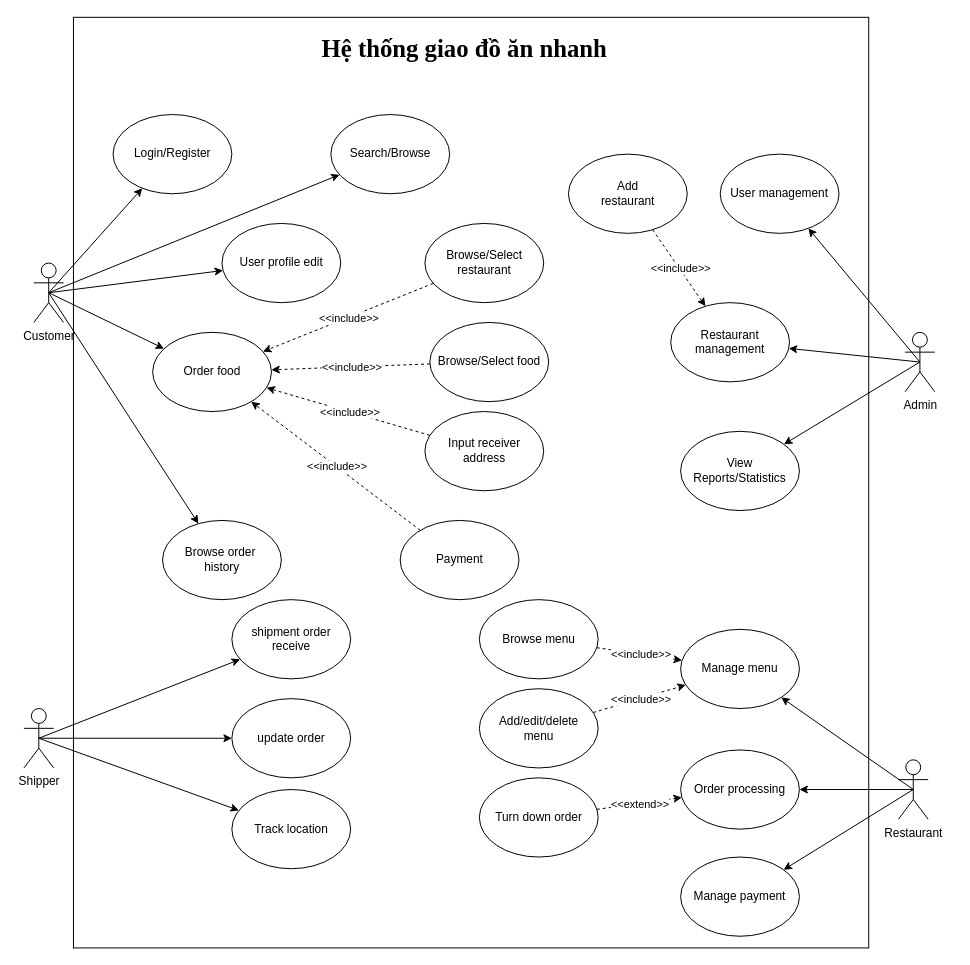
Before: Documents Software Analysis and Design/Design/UC.drawio in AlexCrisTin/Mini-food-delivery, a draw.io diagram. Source tidied: cells renumbered, new cells numbered last; positions are measured from the earlier drawing's top-left corner, leaving out a move shared by most shapes. Both pictures are drawn from the tidied source at 99%, with x=0, y=0 at pixel (24, 17).
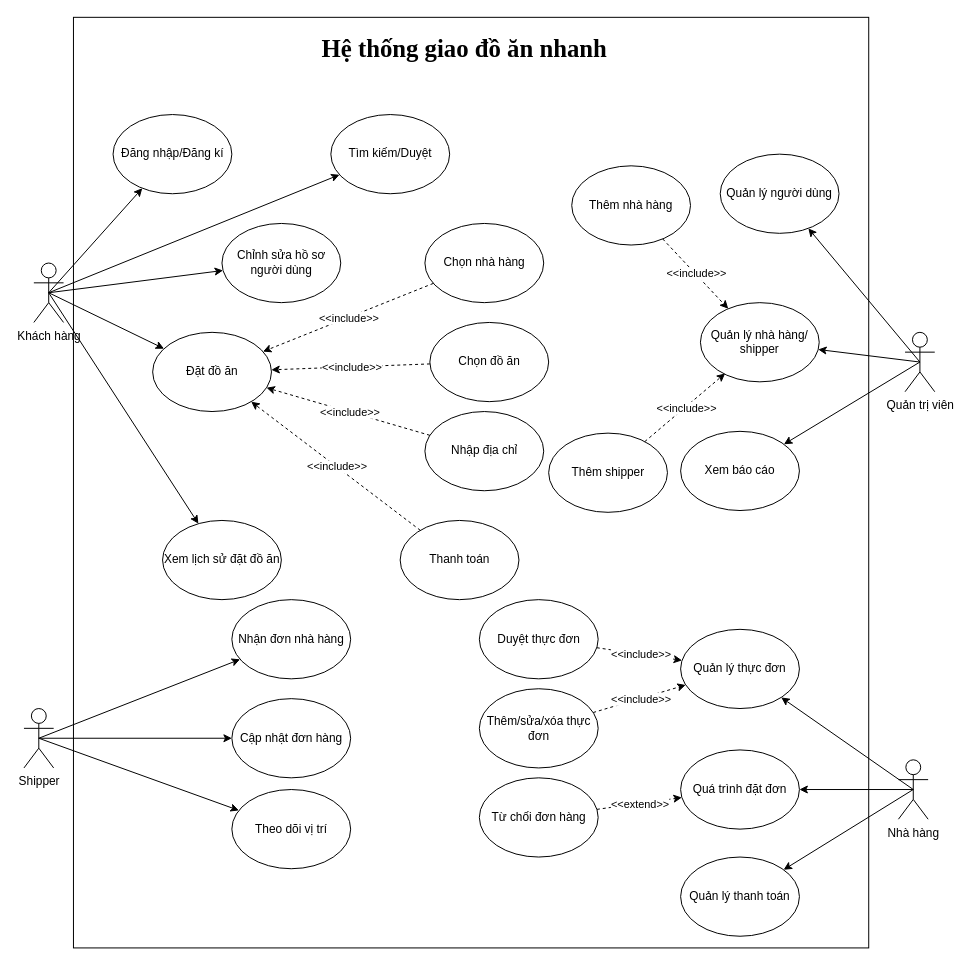
Above is the later version.

Diff of the diagram source:
```diff
@@
-    <mxCell id="3" value="Customer" style="shape=umlActor;verticalLabelPosition=bottom;verticalAlign=top;html=1;outlineConnect=0;" parent="1" vertex="1">
+    <mxCell id="3" value="Khách hàng" style="shape=umlActor;verticalLabelPosition=bottom;verticalAlign=top;html=1;outlineConnect=0;" parent="1" vertex="1">
       <mxGeometry x="9.7" y="248.2" width="30" height="60" as="geometry" />
     </mxCell>
-    <mxCell id="4" value="Admin" style="shape=umlActor;verticalLabelPosition=bottom;verticalAlign=top;html=1;outlineConnect=0;" parent="1" vertex="1">
+    <mxCell id="4" value="Quản trị viên" style="shape=umlActor;verticalLabelPosition=bottom;verticalAlign=top;html=1;outlineConnect=0;" parent="1" vertex="1">
       <mxGeometry x="889.7" y="318.2" width="30" height="60" as="geometry" />
     </mxCell>
@@
-    <mxCell id="6" value="Restaurant&lt;div&gt;&lt;br&gt;&lt;/div&gt;" style="shape=umlActor;verticalLabelPosition=bottom;verticalAlign=top;html=1;outlineConnect=0;" parent="1" vertex="1">
+    <mxCell id="6" value="&lt;div&gt;Nhà hàng&lt;/div&gt;" style="shape=umlActor;verticalLabelPosition=bottom;verticalAlign=top;html=1;outlineConnect=0;" parent="1" vertex="1">
       <mxGeometry x="883" y="750" width="30" height="60" as="geometry" />
     </mxCell>
-    <mxCell id="7" value="Manage menu" style="ellipse;whiteSpace=wrap;html=1;" parent="1" vertex="1">
+    <mxCell id="7" value="Quản lý thực đơn" style="ellipse;whiteSpace=wrap;html=1;" parent="1" vertex="1">
       <mxGeometry x="663" y="618.2" width="120" height="80" as="geometry" />
     </mxCell>
-    <mxCell id="8" value="Order food" style="ellipse;whiteSpace=wrap;html=1;" parent="1" vertex="1">
+    <mxCell id="8" value="Đặt đồ ăn" style="ellipse;whiteSpace=wrap;html=1;" parent="1" vertex="1">
       <mxGeometry x="129.7" y="318.2" width="120" height="80" as="geometry" />
     </mxCell>
-    <mxCell id="9" value="Login/Register" style="ellipse;whiteSpace=wrap;html=1;" parent="1" vertex="1">
+    <mxCell id="9" value="Đăng nhập/Đăng kí" style="ellipse;whiteSpace=wrap;html=1;" parent="1" vertex="1">
       <mxGeometry x="89.7" y="98.2" width="120" height="80" as="geometry" />
     </mxCell>
-    <mxCell id="10" value="shipment&amp;nbsp;&lt;span style=&quot;background-color: transparent; color: light-dark(rgb(0, 0, 0), rgb(255, 255, 255));&quot;&gt;order rece&lt;/span&gt;&lt;span style=&quot;background-color: transparent; color: light-dark(rgb(0, 0, 0), rgb(255, 255, 255));&quot;&gt;ive&lt;/span&gt;" style="ellipse;whiteSpace=wrap;html=1;" parent="1" vertex="1">
+    <mxCell id="10" value="Nhận đơn nhà hàng" style="ellipse;whiteSpace=wrap;html=1;" parent="1" vertex="1">
       <mxGeometry x="209.7" y="588.2" width="120" height="80" as="geometry" />
     </mxCell>
-    <mxCell id="11" value="User profile edit" style="ellipse;whiteSpace=wrap;html=1;" parent="1" vertex="1">
+    <mxCell id="11" value="Chỉnh sửa hồ sơ người dùng" style="ellipse;whiteSpace=wrap;html=1;" parent="1" vertex="1">
       <mxGeometry x="199.7" y="208.2" width="120" height="80" as="geometry" />
     </mxCell>
-    <mxCell id="12" value="Browse order&amp;nbsp;&lt;div&gt;history&lt;/div&gt;" style="ellipse;whiteSpace=wrap;html=1;" parent="1" vertex="1">
+    <mxCell id="12" value="Xem lịch sử đặt đồ ăn" style="ellipse;whiteSpace=wrap;html=1;" parent="1" vertex="1">
       <mxGeometry x="139.7" y="508.2" width="120" height="80" as="geometry" />
     </mxCell>
-    <mxCell id="13" value="Restaurant management" style="ellipse;whiteSpace=wrap;html=1;" parent="1" vertex="1">
-      <mxGeometry x="653" y="288.2" width="120" height="80" as="geometry" />
+    <mxCell id="13" value="Quản lý nhà hàng/ shipper" style="ellipse;whiteSpace=wrap;html=1;" parent="1" vertex="1">
+      <mxGeometry x="683" y="288.2" width="120" height="80" as="geometry" />
     </mxCell>
-    <mxCell id="14" value="View Reports/Statistics" style="ellipse;whiteSpace=wrap;html=1;" parent="1" vertex="1">
+    <mxCell id="14" value="Xem báo cáo" style="ellipse;whiteSpace=wrap;html=1;" parent="1" vertex="1">
       <mxGeometry x="663" y="418.2" width="120" height="80" as="geometry" />
     </mxCell>
-    <mxCell id="15" value="User management" style="ellipse;whiteSpace=wrap;html=1;" parent="1" vertex="1">
+    <mxCell id="15" value="Quản lý người dùng" style="ellipse;whiteSpace=wrap;html=1;" parent="1" vertex="1">
       <mxGeometry x="703" y="138.2" width="120" height="80" as="geometry" />
     </mxCell>
-    <mxCell id="16" value="update order" style="ellipse;whiteSpace=wrap;html=1;" parent="1" vertex="1">
+    <mxCell id="16" value="Cập nhật đơn hàng" style="ellipse;whiteSpace=wrap;html=1;" parent="1" vertex="1">
       <mxGeometry x="209.7" y="688.2" width="120" height="80" as="geometry" />
     </mxCell>
-    <mxCell id="17" value="Manage payment" style="ellipse;whiteSpace=wrap;html=1;" parent="1" vertex="1">
+    <mxCell id="17" value="Quản lý thanh toán" style="ellipse;whiteSpace=wrap;html=1;" parent="1" vertex="1">
       <mxGeometry x="663" y="848.2" width="120" height="80" as="geometry" />
     </mxCell>
-    <mxCell id="18" value="Order processing" style="ellipse;whiteSpace=wrap;html=1;" parent="1" vertex="1">
+    <mxCell id="18" value="Quá trình đặt đơn" style="ellipse;whiteSpace=wrap;html=1;" parent="1" vertex="1">
       <mxGeometry x="663" y="740" width="120" height="80" as="geometry" />
     </mxCell>
@@
-    <mxCell id="31" value="Track location" style="ellipse;whiteSpace=wrap;html=1;" parent="1" vertex="1">
+    <mxCell id="31" value="Theo dõi vị trí" style="ellipse;whiteSpace=wrap;html=1;" parent="1" vertex="1">
       <mxGeometry x="209.7" y="780" width="120" height="80" as="geometry" />
     </mxCell>
@@
-    <mxCell id="33" value="Payment" style="ellipse;whiteSpace=wrap;html=1;" parent="1" vertex="1">
+    <mxCell id="33" value="Thanh toán" style="ellipse;whiteSpace=wrap;html=1;" parent="1" vertex="1">
       <mxGeometry x="379.7" y="508.2" width="120" height="80" as="geometry" />
     </mxCell>
@@
-    <mxCell id="36" value="Search/Browse" style="ellipse;whiteSpace=wrap;html=1;" parent="1" vertex="1">
+    <mxCell id="36" value="Tìm kiếm/Duyệt" style="ellipse;whiteSpace=wrap;html=1;" parent="1" vertex="1">
       <mxGeometry x="309.7" y="98.2" width="120" height="80" as="geometry" />
     </mxCell>
@@
-    <mxCell id="38" value="Turn down order" style="ellipse;whiteSpace=wrap;html=1;" parent="1" vertex="1">
+    <mxCell id="38" value="Từ chối đơn hàng" style="ellipse;whiteSpace=wrap;html=1;" parent="1" vertex="1">
       <mxGeometry x="459.7" y="768.2" width="120" height="80" as="geometry" />
     </mxCell>
@@
-    <mxCell id="41" value="Browse menu" style="ellipse;whiteSpace=wrap;html=1;" parent="1" vertex="1">
+    <mxCell id="41" value="Duyệt thực đơn" style="ellipse;whiteSpace=wrap;html=1;" parent="1" vertex="1">
       <mxGeometry x="459.7" y="588.2" width="120" height="80" as="geometry" />
     </mxCell>
-    <mxCell id="42" value="Add/edit/delete&lt;div&gt;menu&lt;/div&gt;" style="ellipse;whiteSpace=wrap;html=1;" parent="1" vertex="1">
+    <mxCell id="42" value="Thêm/sửa/xóa thực đơn" style="ellipse;whiteSpace=wrap;html=1;" parent="1" vertex="1">
       <mxGeometry x="459.7" y="678.2" width="120" height="80" as="geometry" />
     </mxCell>
@@
-    <mxCell id="48" value="Browse/Select&lt;div&gt;restaurant&lt;/div&gt;" style="ellipse;whiteSpace=wrap;html=1;" parent="1" vertex="1">
+    <mxCell id="48" value="Chọn nhà hàng" style="ellipse;whiteSpace=wrap;html=1;" parent="1" vertex="1">
       <mxGeometry x="404.7" y="208.2" width="120" height="80" as="geometry" />
     </mxCell>
-    <mxCell id="49" value="Browse/Select food" style="ellipse;whiteSpace=wrap;html=1;" parent="1" vertex="1">
+    <mxCell id="49" value="Chọn đồ ăn" style="ellipse;whiteSpace=wrap;html=1;" parent="1" vertex="1">
       <mxGeometry x="409.7" y="308.2" width="120" height="80" as="geometry" />
     </mxCell>
-    <mxCell id="50" value="Input receiver&lt;div&gt;address&lt;/div&gt;" style="ellipse;whiteSpace=wrap;html=1;" parent="1" vertex="1">
+    <mxCell id="50" value="Nhập địa chỉ" style="ellipse;whiteSpace=wrap;html=1;" parent="1" vertex="1">
       <mxGeometry x="404.7" y="398.2" width="120" height="80" as="geometry" />
     </mxCell>
@@
-    <mxCell id="57" value="Add&lt;div&gt;restaurant&lt;/div&gt;" style="ellipse;whiteSpace=wrap;html=1;" parent="1" vertex="1">
-      <mxGeometry x="549.7" y="138.2" width="120" height="80" as="geometry" />
+    <mxCell id="57" value="Thêm nhà hàng" style="ellipse;whiteSpace=wrap;html=1;" parent="1" vertex="1">
+      <mxGeometry x="553" y="150" width="120" height="80" as="geometry" />
     </mxCell>
@@
+    <mxCell id="61" value="&lt;div&gt;Thêm shipper&lt;/div&gt;" style="ellipse;whiteSpace=wrap;html=1;" parent="1" vertex="1">
+      <mxGeometry x="529.7" y="420" width="120" height="80" as="geometry" />
+    </mxCell>
+    <mxCell id="62" style="endArrow=classic;html=1;rounded=0;dashed=1;entryX=0.208;entryY=0.894;entryDx=0;entryDy=0;entryPerimeter=0;" parent="1" edge="1" source="61" target="13">
+      <mxGeometry relative="1" as="geometry" />
+    </mxCell>
+    <mxCell id="63" value="&amp;lt;&amp;lt;include&amp;gt;&amp;gt;" style="edgeLabel;html=1;align=center;verticalAlign=middle;" parent="62" vertex="1">
+      <mxGeometry relative="1" as="geometry">
+        <mxPoint x="1" as="offset" />
+      </mxGeometry>
+    </mxCell>
```
